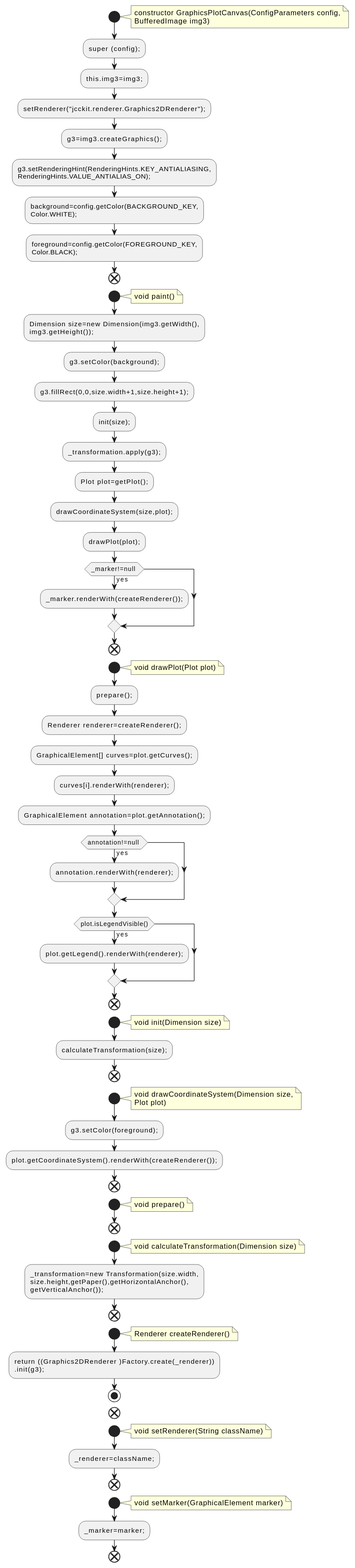
Above: docs/qc/src/jcckit/GraphicsPlotCanvas.java.fct.svg in qualitesys/plantuml (PlantUML), before the change. Source of this version:
```plantuml
@startuml
!pragma layout smetana
start
note right
constructor GraphicsPlotCanvas(ConfigParameters config,
BufferedImage img3)
end note
:super (config);;
:this.img3=img3;;
:setRenderer("jcckit.renderer.Graphics2DRenderer");;
:g3=img3.createGraphics();;
:g3.setRenderingHint(RenderingHints.KEY_ANTIALIASING,
RenderingHints.VALUE_ANTIALIAS_ON);;
:background=config.getColor(BACKGROUND_KEY,
Color.WHITE);;
:foreground=config.getColor(FOREGROUND_KEY,
Color.BLACK);;
end
start
note right
void paint()
end note
:Dimension size=new Dimension(img3.getWidth(),
img3.getHeight());;
:g3.setColor(background);;
:g3.fillRect(0,0,size.width+1,size.height+1);;
:init(size);;
:_transformation.apply(g3);;
:Plot plot=getPlot();;
:drawCoordinateSystem(size,plot);;
:drawPlot(plot);;
if (_marker!=null ) then (yes)
:_marker.renderWith(createRenderer());;
endif
end
start
note right
void drawPlot(Plot plot)
end note
:prepare();;
:Renderer renderer=createRenderer();;
:GraphicalElement[] curves=plot.getCurves();;
:curves[i].renderWith(renderer);;
:GraphicalElement annotation=plot.getAnnotation();;
if (annotation!=null ) then (yes)
:annotation.renderWith(renderer);;
endif
if (plot.isLegendVisible()) then (yes)
:plot.getLegend().renderWith(renderer);;
endif
end
start
note right
void init(Dimension size)
end note
:calculateTransformation(size);;
end
start
note right
void drawCoordinateSystem(Dimension size,
Plot plot)
end note
:g3.setColor(foreground);;
:plot.getCoordinateSystem().renderWith(createRenderer());;
end
start
note right
void prepare()
end note
end
start
note right
void calculateTransformation(Dimension size)
end note
:_transformation=new Transformation(size.width,
size.height,getPaper(),getHorizontalAnchor(),
getVerticalAnchor());;
end
start
note right
Renderer createRenderer()
end note
:return ((Graphics2DRenderer )Factory.create(_renderer))
.init(g3);;
stop
end
start
note right
void setRenderer(String className)
end note
:_renderer=className;;
end
start
note right
void setMarker(GraphicalElement marker)
end note
:_marker=marker;;
end
@enduml
```
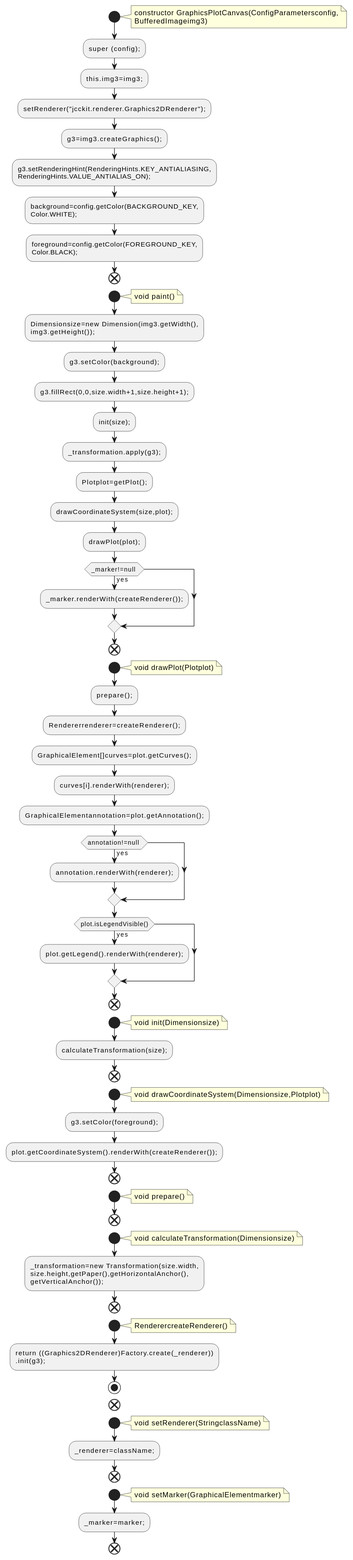
After the commit.

Change to the diagram source:
```diff
@@ -2,8 +2,8 @@
 !pragma layout smetana
 start
 note right
-constructor GraphicsPlotCanvas(ConfigParameters config,
-BufferedImage img3)
+constructor GraphicsPlotCanvas(ConfigParametersconfig,
+BufferedImageimg3)
 end note
 :super (config);;
 :this.img3=img3;;
@@ -20,13 +20,13 @@
 note right
 void paint()
 end note
-:Dimension size=new Dimension(img3.getWidth(),
+:Dimensionsize=new Dimension(img3.getWidth(),
 img3.getHeight());;
 :g3.setColor(background);;
 :g3.fillRect(0,0,size.width+1,size.height+1);;
 :init(size);;
 :_transformation.apply(g3);;
-:Plot plot=getPlot();;
+:Plotplot=getPlot();;
 :drawCoordinateSystem(size,plot);;
 :drawPlot(plot);;
 if (_marker!=null ) then (yes)
@@ -35,13 +35,13 @@
 end
 start
 note right
-void drawPlot(Plot plot)
+void drawPlot(Plotplot)
 end note
 :prepare();;
-:Renderer renderer=createRenderer();;
-:GraphicalElement[] curves=plot.getCurves();;
+:Rendererrenderer=createRenderer();;
+:GraphicalElement[]curves=plot.getCurves();;
 :curves[i].renderWith(renderer);;
-:GraphicalElement annotation=plot.getAnnotation();;
+:GraphicalElementannotation=plot.getAnnotation();;
 if (annotation!=null ) then (yes)
 :annotation.renderWith(renderer);;
 endif
@@ -51,14 +51,13 @@
 end
 start
 note right
-void init(Dimension size)
+void init(Dimensionsize)
 end note
 :calculateTransformation(size);;
 end
 start
 note right
-void drawCoordinateSystem(Dimension size,
-Plot plot)
+void drawCoordinateSystem(Dimensionsize,Plotplot)
 end note
 :g3.setColor(foreground);;
 :plot.getCoordinateSystem().renderWith(createRenderer());;
@@ -70,7 +69,7 @@
 end
 start
 note right
-void calculateTransformation(Dimension size)
+void calculateTransformation(Dimensionsize)
 end note
 :_transformation=new Transformation(size.width,
 size.height,getPaper(),getHorizontalAnchor(),
@@ -78,21 +77,21 @@
 end
 start
 note right
-Renderer createRenderer()
+RenderercreateRenderer()
 end note
-:return ((Graphics2DRenderer )Factory.create(_renderer))
+:return ((Graphics2DRenderer)Factory.create(_renderer))
 .init(g3);;
 stop
 end
 start
 note right
-void setRenderer(String className)
+void setRenderer(StringclassName)
 end note
 :_renderer=className;;
 end
 start
 note right
-void setMarker(GraphicalElement marker)
+void setMarker(GraphicalElementmarker)
 end note
 :_marker=marker;;
 end
```
